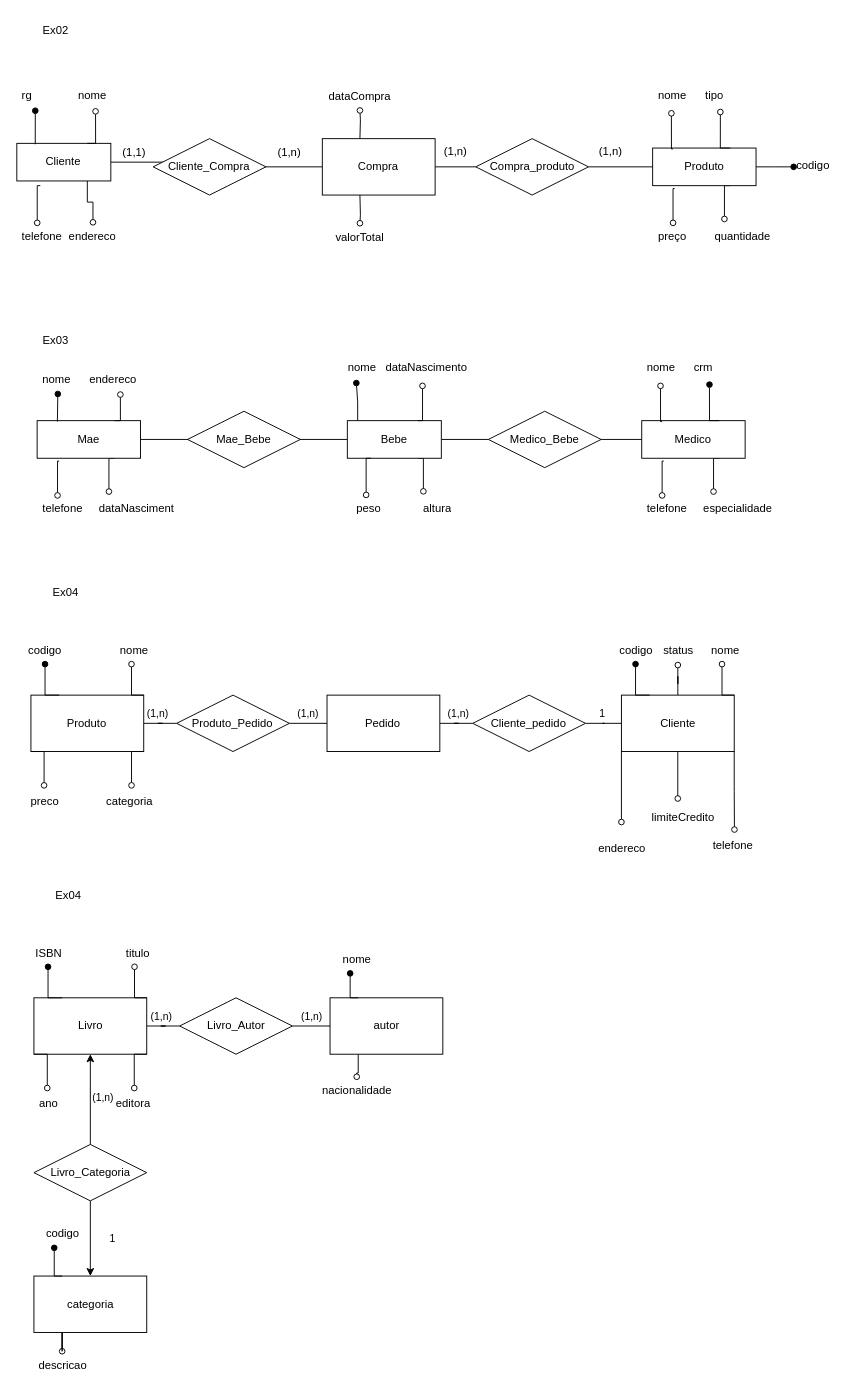
josevictoraraujorojas/Banco-De-Dados1 keeps this draw.io diagram as Lista01.drawio. Above is the earlier version. Source tidied: cells renumbered, new cells numbered last; positions are measured from the earlier drawing's top-left corner, leaving out a move shared by most shapes. Both pictures are drawn from the tidied source at 94%, with x=0, y=0 at pixel (16, 16).
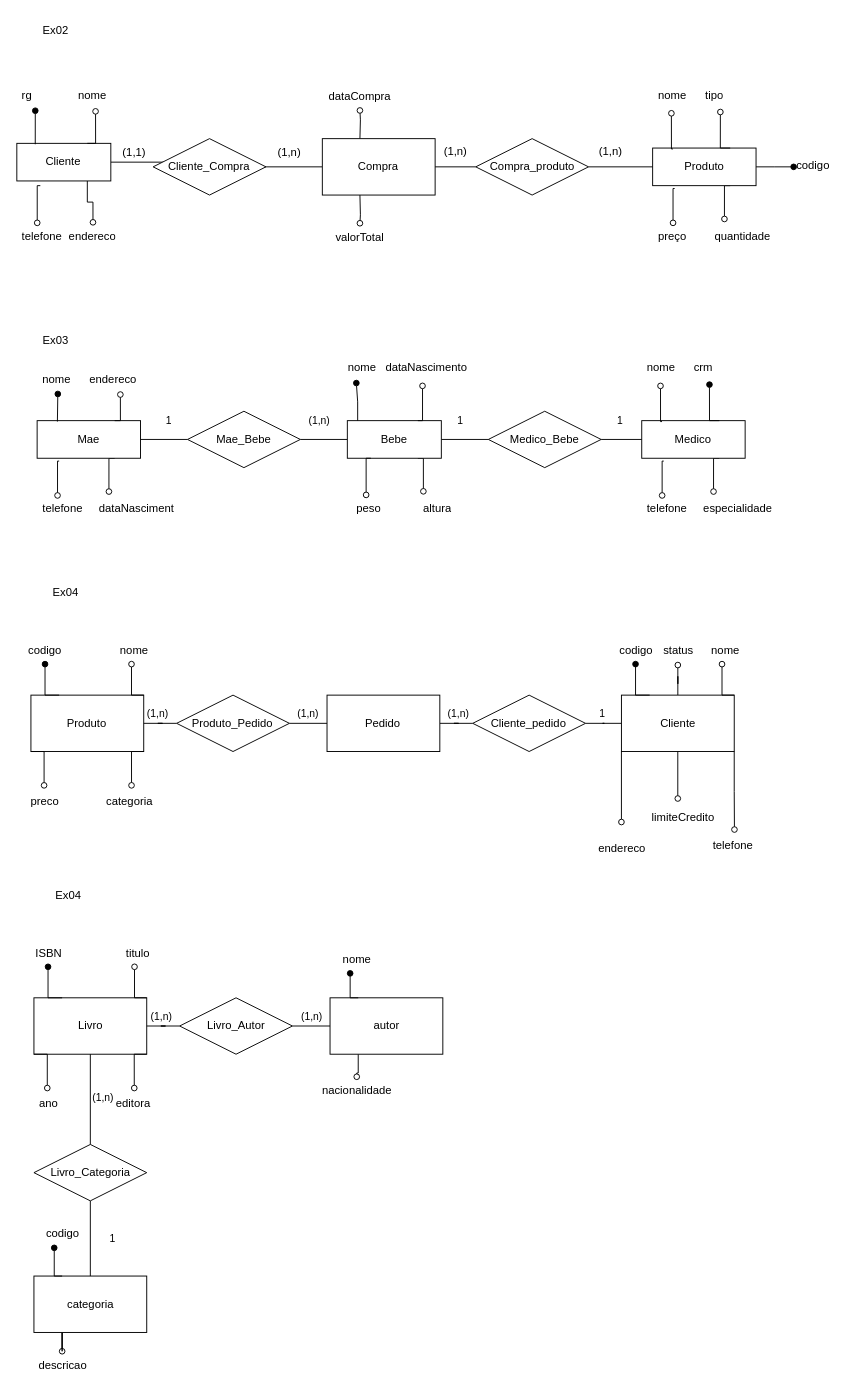
The same page after the edit.

The change refers to these unchanged cells:
```xml
<mxCell id="40" value="Medico" style="whiteSpace=wrap;html=1;align=center;" parent="1" vertex="1">
  <mxGeometry x="665.2" y="430" width="110" height="40" as="geometry" />
</mxCell>
<mxCell id="49" value="Mae" style="whiteSpace=wrap;html=1;align=center;" parent="1" vertex="1">
  <mxGeometry x="22" y="430" width="110" height="40" as="geometry" />
</mxCell>
<mxCell id="90" value="Bebe" style="whiteSpace=wrap;html=1;align=center;" parent="1" vertex="1">
  <mxGeometry x="352" y="430" width="100" height="40" as="geometry" />
</mxCell>
<mxCell id="92" value="Mae_Bebe" style="shape=rhombus;perimeter=rhombusPerimeter;whiteSpace=wrap;html=1;align=center;" parent="1" vertex="1">
  <mxGeometry x="182" y="420" width="120" height="60" as="geometry" />
</mxCell>
<mxCell id="94" value="Medico_Bebe" style="shape=rhombus;perimeter=rhombusPerimeter;whiteSpace=wrap;html=1;align=center;" parent="1" vertex="1">
  <mxGeometry x="502" y="420" width="120" height="60" as="geometry" />
</mxCell>
<mxCell id="100" value="Livro" style="rounded=0;whiteSpace=wrap;html=1;" parent="1" vertex="1">
  <mxGeometry x="18.6" y="1044" width="120" height="60" as="geometry" />
</mxCell>
<mxCell id="118" value="categoria" style="rounded=0;whiteSpace=wrap;html=1;" parent="1" vertex="1">
  <mxGeometry x="18.6" y="1340" width="120" height="60" as="geometry" />
</mxCell>
<mxCell id="124" value="Livro_Categoria" style="shape=rhombus;perimeter=rhombusPerimeter;whiteSpace=wrap;html=1;align=center;" parent="1" vertex="1">
  <mxGeometry x="18.6" y="1200" width="120" height="60" as="geometry" />
</mxCell>
```

What changed in the source:
```diff
@@
-    <mxCell id="39" style="edgeStyle=orthogonalEdgeStyle;rounded=0;jettySize=auto;html=1;endArrow=none;endFill=0;" parent="1" edge="1" source="94" target="90">
-      <mxGeometry relative="1" as="geometry" />
+    <mxCell id="39" value="1" style="edgeStyle=orthogonalEdgeStyle;rounded=0;jettySize=auto;html=1;endArrow=none;endFill=0;" parent="1" edge="1" source="94" target="90">
+      <mxGeometry x="0.2" y="-20" relative="1" as="geometry" />
     </mxCell>
@@
-    <mxCell id="57" style="edgeStyle=orthogonalEdgeStyle;rounded=0;jettySize=auto;html=1;exitX=1;exitY=0.5;exitDx=0;exitDy=0;endArrow=none;endFill=0;" parent="1" edge="1" source="49" target="90">
-      <mxGeometry relative="1" as="geometry" />
+    <mxCell id="57" value="1" style="edgeStyle=orthogonalEdgeStyle;rounded=0;jettySize=auto;html=1;exitX=1;exitY=0.5;exitDx=0;exitDy=0;endArrow=none;endFill=0;" parent="1" edge="1" source="49" target="92">
+      <mxGeometry x="0.2" y="20" relative="1" as="geometry" />
     </mxCell>
@@
+    <mxCell id="126" value="(1,n)" style="edgeStyle=orthogonalEdgeStyle;rounded=0;jettySize=auto;html=1;exitX=0;exitY=0.5;exitDx=0;exitDy=0;entryX=1;entryY=0.5;entryDx=0;entryDy=0;endArrow=none;endFill=0;" parent="1" edge="1" source="90" target="92">
+      <mxGeometry x="0.2" y="-20" relative="1" as="geometry" />
+    </mxCell>
@@
-    <mxCell id="93" style="edgeStyle=orthogonalEdgeStyle;rounded=0;jettySize=auto;html=1;endArrow=none;endFill=0;" parent="1" edge="1" source="40" target="94">
-      <mxGeometry relative="1" as="geometry" />
+    <mxCell id="93" value="1" style="edgeStyle=orthogonalEdgeStyle;rounded=0;jettySize=auto;html=1;endArrow=none;endFill=0;" parent="1" edge="1" source="40" target="94">
+      <mxGeometry x="0.07" y="-20" relative="1" as="geometry" />
     </mxCell>
@@
-    <mxCell id="122" value="(1,n)" style="edgeStyle=orthogonalEdgeStyle;rounded=0;jettySize=auto;html=1;exitX=0.5;exitY=0;exitDx=0;exitDy=0;entryX=0.5;entryY=1;entryDx=0;entryDy=0;" parent="1" edge="1" source="124" target="100">
+    <mxCell id="122" value="(1,n)" style="edgeStyle=orthogonalEdgeStyle;rounded=0;jettySize=auto;html=1;exitX=0.5;exitY=0;exitDx=0;exitDy=0;entryX=0.5;entryY=1;entryDx=0;entryDy=0;endArrow=none;endFill=0;" parent="1" edge="1" source="124" target="100">
       <mxGeometry x="0.04" y="-13" relative="1" as="geometry" />
     </mxCell>
-    <mxCell id="123" value="1" style="edgeStyle=orthogonalEdgeStyle;rounded=0;jettySize=auto;html=1;exitX=0.5;exitY=1;exitDx=0;exitDy=0;" parent="1" edge="1" source="124" target="118">
+    <mxCell id="123" value="1" style="edgeStyle=orthogonalEdgeStyle;rounded=0;jettySize=auto;html=1;exitX=0.5;exitY=1;exitDx=0;exitDy=0;endArrow=none;endFill=0;" parent="1" edge="1" source="124" target="118">
       <mxGeometry y="23" relative="1" as="geometry" />
     </mxCell>
```
